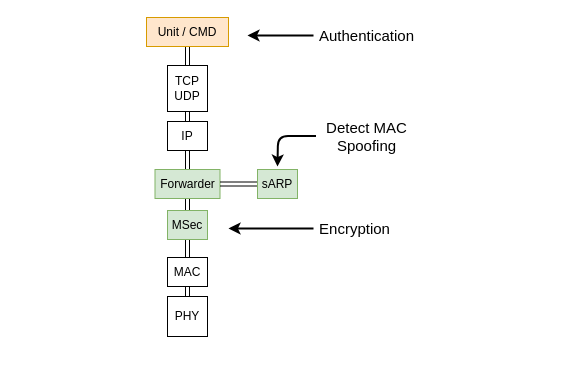
mido3ds/C4IAN keeps this draw.io diagram as page "M-Sec" (2 of 3) of docs/figures/net_stack.drawio. Above is the earlier version. Source tidied: cells renumbered, new cells numbered last; positions are measured from the earlier drawing's top-left corner, leaving out a move shared by most shapes. Both pictures are drawn from the tidied source at 100%, with x=0, y=0 at pixel (146, 17).
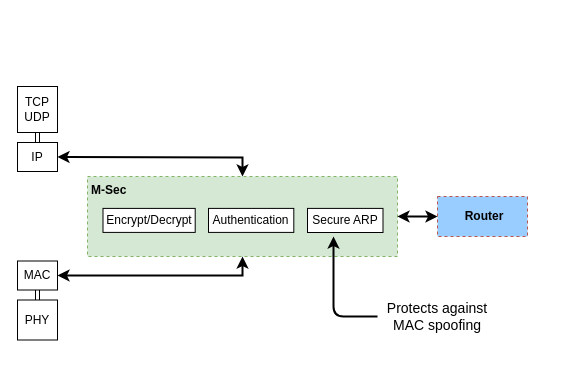
The same page after the edit.

Change to the diagram source:
```diff
@@
     <mxCell id="3" value="TCP&lt;br&gt;UDP" style="rounded=0;whiteSpace=wrap;html=1;" parent="1" vertex="1">
-      <mxGeometry x="21" y="48" width="40" height="46" as="geometry" />
+      <mxGeometry x="-129" y="69" width="40" height="46" as="geometry" />
     </mxCell>
     <mxCell id="4" value="IP" style="rounded=0;whiteSpace=wrap;html=1;" parent="1" vertex="1">
-      <mxGeometry x="21" y="104" width="40" height="29" as="geometry" />
+      <mxGeometry x="-129" y="125" width="40" height="29" as="geometry" />
     </mxCell>
-    <mxCell id="5" style="edgeStyle=orthogonalEdgeStyle;shape=link;rounded=0;jettySize=auto;html=1;exitX=0.5;exitY=1;exitDx=0;exitDy=0;entryX=0.5;entryY=0;entryDx=0;entryDy=0;startArrow=classic;startFill=1;endArrow=classic;endFill=1;fontSize=10;fontColor=#000000;" parent="1" edge="1" source="6" target="7">
+    <mxCell id="5" style="edgeStyle=orthogonalEdgeStyle;shape=link;rounded=0;jettySize=auto;html=1;entryX=0.5;entryY=0;entryDx=0;entryDy=0;startArrow=classic;startFill=1;endArrow=classic;endFill=1;fontSize=10;fontColor=#000000;" parent="1" edge="1" source="6" target="7">
       <mxGeometry relative="1" as="geometry" />
     </mxCell>
     <mxCell id="6" value="MAC" style="rounded=0;whiteSpace=wrap;html=1;" parent="1" vertex="1">
-      <mxGeometry x="21" y="240" width="40" height="29" as="geometry" />
+      <mxGeometry x="-129" y="243.5" width="40" height="29" as="geometry" />
     </mxCell>
     <mxCell id="7" value="PHY" style="rounded=0;whiteSpace=wrap;html=1;" parent="1" vertex="1">
-      <mxGeometry x="21" y="279" width="40" height="40" as="geometry" />
+      <mxGeometry x="-129" y="282.5" width="40" height="40" as="geometry" />
     </mxCell>
-    <mxCell id="8" style="edgeStyle=orthogonalEdgeStyle;rounded=0;jettySize=auto;html=1;exitX=0.5;exitY=0;exitDx=0;exitDy=0;entryX=0.5;entryY=1;entryDx=0;entryDy=0;shape=link;" parent="1" edge="1" source="10" target="12">
-      <mxGeometry relative="1" as="geometry" />
-    </mxCell>
-    <mxCell id="9" style="edgeStyle=orthogonalEdgeStyle;shape=link;rounded=0;jettySize=auto;html=1;exitX=0.5;exitY=1;exitDx=0;exitDy=0;entryX=0.5;entryY=0;entryDx=0;entryDy=0;" parent="1" edge="1" source="10" target="6">
-      <mxGeometry relative="1" as="geometry" />
-    </mxCell>
-    <mxCell id="10" value="MSec" style="rounded=0;whiteSpace=wrap;html=1;fillColor=#d5e8d4;strokeColor=#82b366;" parent="1" vertex="1">
-      <mxGeometry x="21" y="193" width="40" height="29" as="geometry" />
-    </mxCell>
-    <mxCell id="11" style="edgeStyle=orthogonalEdgeStyle;shape=link;rounded=0;jettySize=auto;html=1;exitX=0.5;exitY=0;exitDx=0;exitDy=0;entryX=0.5;entryY=1;entryDx=0;entryDy=0;" parent="1" edge="1" source="12" target="4">
-      <mxGeometry relative="1" as="geometry" />
-    </mxCell>
-    <mxCell id="12" value="Forwarder" style="rounded=0;whiteSpace=wrap;html=1;fillColor=#d5e8d4;strokeColor=#82b366;" parent="1" vertex="1">
-      <mxGeometry x="8.5" y="152" width="65" height="29" as="geometry" />
-    </mxCell>
-    <mxCell id="13" style="edgeStyle=orthogonalEdgeStyle;shape=link;rounded=0;jettySize=auto;html=1;exitX=0.5;exitY=1;exitDx=0;exitDy=0;entryX=0.5;entryY=0;entryDx=0;entryDy=0;" parent="1" edge="1" source="14" target="3">
-      <mxGeometry relative="1" as="geometry" />
-    </mxCell>
-    <mxCell id="14" value="Unit / CMD" style="rounded=0;whiteSpace=wrap;html=1;fillColor=#ffe6cc;strokeColor=#d79b00;" parent="1" vertex="1">
-      <mxGeometry width="82" height="29" as="geometry" />
-    </mxCell>
-    <mxCell id="15" style="rounded=0;jettySize=auto;html=1;strokeWidth=2;" parent="1" edge="1" source="16">
-      <mxGeometry relative="1" as="geometry">
-        <mxPoint x="82" y="211" as="targetPoint" />
-      </mxGeometry>
-    </mxCell>
-    <mxCell id="16" value="Encryption" style="text;html=1;align=center;verticalAlign=middle;points=[];fontSize=15;" parent="1" vertex="1">
-      <mxGeometry x="167" y="200" width="81" height="22" as="geometry" />
-    </mxCell>
-    <mxCell id="17" style="rounded=0;jettySize=auto;html=1;strokeWidth=2;" parent="1" edge="1" source="18">
-      <mxGeometry relative="1" as="geometry">
-        <mxPoint x="101" y="18" as="targetPoint" />
-      </mxGeometry>
-    </mxCell>
+    <mxCell id="23" style="group;" parent="1" vertex="1">
+      <mxGeometry x="-99" y="209" width="500" height="140" as="geometry" />
+    </mxCell>
+    <mxCell id="24" style="group;" parent="23" vertex="1">
+      <mxGeometry x="40" y="-50" width="310" height="80" as="geometry" />
+    </mxCell>
+    <mxCell id="25" value="M-Sec" style="rounded=0;whiteSpace=wrap;html=1;verticalAlign=top;align=left;dashed=1;fontStyle=1;fontSize=12;fillColor=#d5e8d4;strokeColor=#82b366;spacingLeft=2;" parent="24" vertex="1">
+      <mxGeometry width="310" height="80" as="geometry" />
+    </mxCell>
+    <mxCell id="26" value="Encrypt/Decrypt" style="rounded=0;whiteSpace=wrap;html=1;align=center;" parent="24" vertex="1">
+      <mxGeometry x="15.5" y="31.9" width="92.2" height="24" as="geometry" />
+    </mxCell>
-    <mxCell id="18" value="Authentication" style="text;html=1;align=center;verticalAlign=middle;points=[];fontSize=15;" parent="1" vertex="1">
-      <mxGeometry x="167" y="7" width="105" height="22" as="geometry" />
+    <mxCell id="18" value="Authentication" style="rounded=0;whiteSpace=wrap;html=1;align=center;" parent="24" vertex="1">
+      <mxGeometry x="121" y="31.9" width="85.3" height="24" as="geometry" />
     </mxCell>
-    <mxCell id="19" style="edgeStyle=orthogonalEdgeStyle;shape=link;rounded=0;jettySize=auto;html=1;exitX=0;exitY=0.5;exitDx=0;exitDy=0;entryX=1;entryY=0.5;entryDx=0;entryDy=0;" parent="1" edge="1" source="20" target="12">
-      <mxGeometry relative="1" as="geometry" />
-    </mxCell>
-    <mxCell id="20" value="sARP" style="rounded=0;whiteSpace=wrap;html=1;fillColor=#d5e8d4;strokeColor=#82b366;" parent="1" vertex="1">
-      <mxGeometry x="111" y="152" width="40" height="29" as="geometry" />
-    </mxCell>
-    <mxCell id="21" style="rounded=1;jettySize=auto;html=1;strokeWidth=2;edgeStyle=orthogonalEdgeStyle;sketch=0;" parent="1" edge="1" source="22">
-      <mxGeometry relative="1" as="geometry">
-        <mxPoint x="131" y="149" as="targetPoint" />
-      </mxGeometry>
-    </mxCell>
-    <mxCell id="22" value="Detect MAC&lt;br&gt;Spoofing" style="text;html=1;align=center;verticalAlign=middle;points=[];fontSize=15;" parent="1" vertex="1">
-      <mxGeometry x="169.5" y="98.5" width="100" height="40" as="geometry" />
-    </mxCell>
+    <mxCell id="27" value="Secure ARP" style="rounded=0;whiteSpace=wrap;html=1;align=center;" parent="24" vertex="1">
+      <mxGeometry x="220" y="31.9" width="75.5" height="24.1" as="geometry" />
+    </mxCell>
+    <mxCell id="28" style="endArrow=classic;html=1;labelBackgroundColor=none;strokeWidth=2;" parent="23" edge="1">
+      <mxGeometry relative="1" as="geometry">
+        <mxPoint x="330" y="90" as="sourcePoint" />
+        <mxPoint x="286" y="10" as="targetPoint" />
+        <Array as="points">
+          <mxPoint x="286" y="90" />
+        </Array>
+      </mxGeometry>
+    </mxCell>
+    <mxCell id="29" value="Router" style="rounded=0;whiteSpace=wrap;html=1;verticalAlign=middle;align=center;dashed=1;fontStyle=1;fontSize=12;strokeColor=#b85450;spacingTop=0;spacingLeft=4;fillColor=#99CCFF;spacingBottom=1;" parent="23" vertex="1">
+      <mxGeometry x="390" y="-30" width="90" height="40" as="geometry" />
+    </mxCell>
+    <mxCell id="30" style="endArrow=classic;startArrow=classic;html=1;labelBackgroundColor=none;strokeWidth=2;entryX=0;entryY=0.5;entryDx=0;entryDy=0;exitX=1;exitY=0.5;exitDx=0;exitDy=0;" parent="23" edge="1" source="25" target="29">
+      <mxGeometry relative="1" as="geometry" />
+    </mxCell>
+    <mxCell id="31" value="&lt;font style=&quot;font-size: 14px&quot;&gt;Protects against MAC spoofing&lt;/font&gt;" style="text;html=1;strokeColor=none;fillColor=none;align=center;verticalAlign=middle;whiteSpace=wrap;rounded=0;" parent="23" vertex="1">
+      <mxGeometry x="330" y="80" width="120" height="20" as="geometry" />
+    </mxCell>
+    <mxCell id="32" style="endArrow=classic;startArrow=classic;html=1;labelBackgroundColor=none;strokeWidth=2;exitX=1;exitY=0.5;exitDx=0;exitDy=0;entryX=0.5;entryY=0;entryDx=0;entryDy=0;rounded=0;" parent="1" edge="1" source="4" target="25">
+      <mxGeometry relative="1" as="geometry">
+        <Array as="points">
+          <mxPoint x="96" y="140" />
+        </Array>
+      </mxGeometry>
+    </mxCell>
+    <mxCell id="33" style="endArrow=classic;startArrow=classic;html=1;labelBackgroundColor=none;strokeWidth=2;exitX=1;exitY=0.5;exitDx=0;exitDy=0;entryX=0.5;entryY=1;entryDx=0;entryDy=0;rounded=0;" parent="1" edge="1" source="6" target="25">
+      <mxGeometry relative="1" as="geometry">
+        <Array as="points">
+          <mxPoint x="96" y="258" />
+        </Array>
+      </mxGeometry>
+    </mxCell>
```
